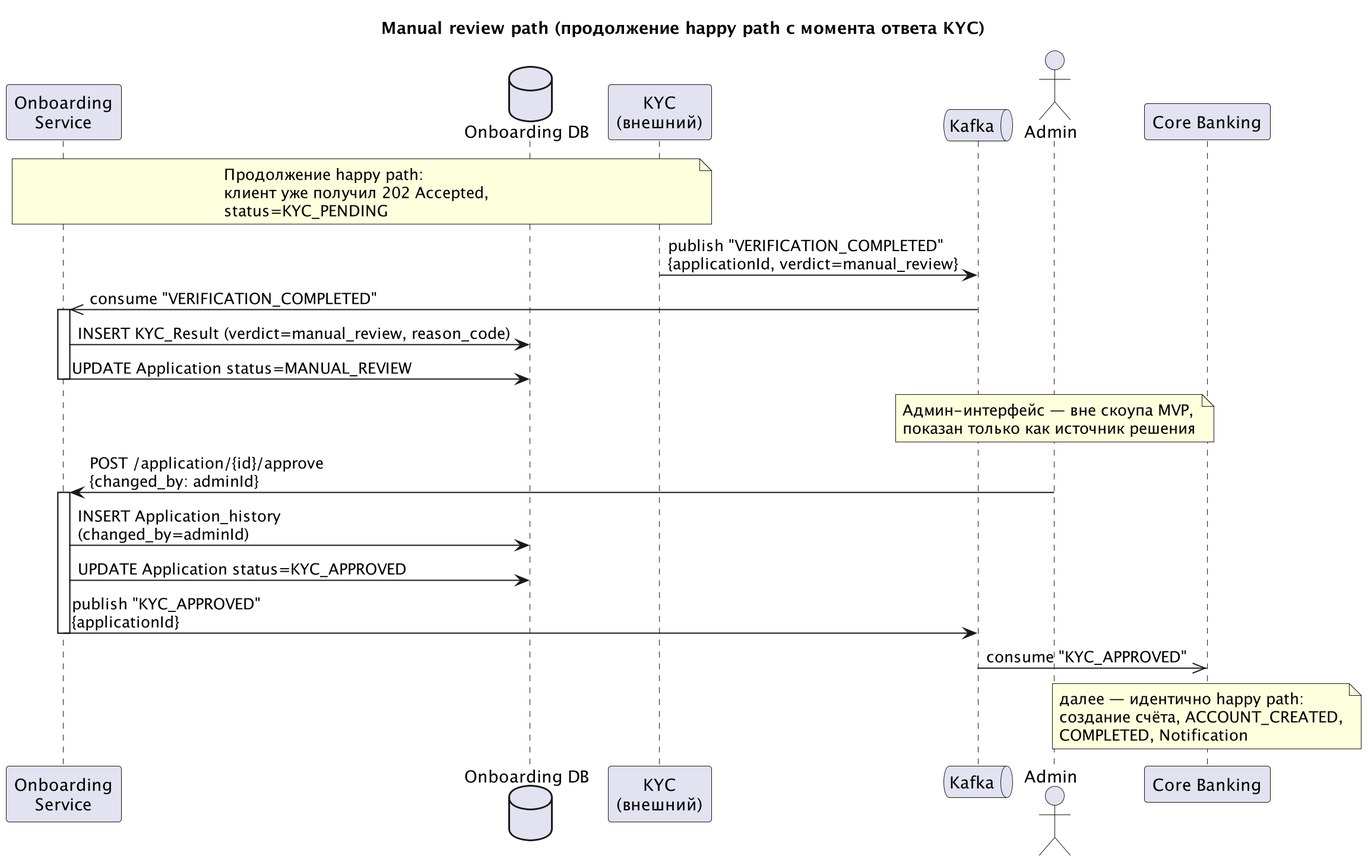
PulyaIvan/digital-client-onboarding keeps this PlantUML diagram as diagrams/exports/Онбординг клиента — manual review path.png. Above is the earlier version. Its diagram source:
```plantuml
@startuml Онбординг клиента — manual review path
title Manual review path (продолжение happy path с момента ответа KYC)
scale 2

participant "Onboarding\nService" as svc
database "Onboarding DB" as db_svc
participant "KYC\n(внешний)" as kyc
queue "Kafka" as bm
actor "Admin" as ad
participant "Core Banking" as bk

note over svc, kyc
  Продолжение happy path:
  клиент уже получил 202 Accepted,
  status=KYC_PENDING
end note

kyc -> bm: publish "VERIFICATION_COMPLETED"\n{applicationId, verdict=manual_review}
bm ->> svc: consume "VERIFICATION_COMPLETED"
activate svc
svc -> db_svc: INSERT KYC_Result (verdict=manual_review, reason_code)
svc -> db_svc: UPDATE Application status=MANUAL_REVIEW
deactivate svc

note over ad
  Админ-интерфейс — вне скоупа MVP,
  показан только как источник решения
end note

ad -> svc: POST /application/{id}/approve\n{changed_by: adminId}
activate svc
svc -> db_svc: INSERT Application_history\n(changed_by=adminId)
svc -> db_svc: UPDATE Application status=KYC_APPROVED
svc -> bm: publish "KYC_APPROVED"\n{applicationId}
deactivate svc

bm ->> bk: consume "KYC_APPROVED"
note over bk
  далее — идентично happy path:
  создание счёта, ACCOUNT_CREATED,
  COMPLETED, Notification
end note

@enduml
```
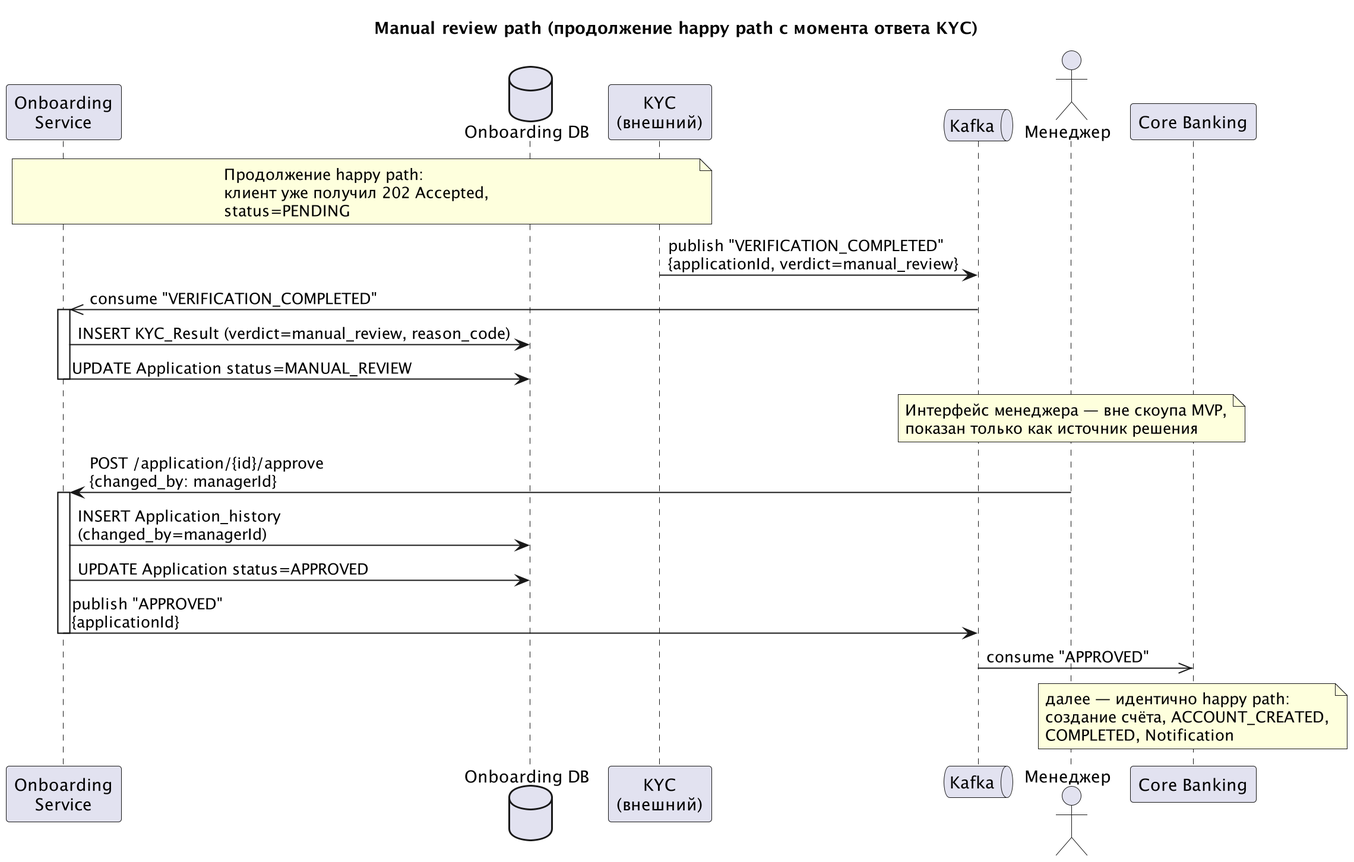
The same file after the commit.

The edit, as a diff of the source:
```diff
@@ -6,13 +6,13 @@
 database "Onboarding DB" as db_svc
 participant "KYC\n(внешний)" as kyc
 queue "Kafka" as bm
-actor "Admin" as ad
+actor "Менеджер" as mgr
 participant "Core Banking" as bk
 
 note over svc, kyc
   Продолжение happy path:
   клиент уже получил 202 Accepted,
-  status=KYC_PENDING
+  status=PENDING
 end note
 
 kyc -> bm: publish "VERIFICATION_COMPLETED"\n{applicationId, verdict=manual_review}
@@ -22,19 +22,19 @@
 svc -> db_svc: UPDATE Application status=MANUAL_REVIEW
 deactivate svc
 
-note over ad
-  Админ-интерфейс — вне скоупа MVP,
+note over mgr
+  Интерфейс менеджера — вне скоупа MVP,
   показан только как источник решения
 end note
 
-ad -> svc: POST /application/{id}/approve\n{changed_by: adminId}
+mgr -> svc: POST /application/{id}/approve\n{changed_by: managerId}
 activate svc
-svc -> db_svc: INSERT Application_history\n(changed_by=adminId)
-svc -> db_svc: UPDATE Application status=KYC_APPROVED
-svc -> bm: publish "KYC_APPROVED"\n{applicationId}
+svc -> db_svc: INSERT Application_history\n(changed_by=managerId)
+svc -> db_svc: UPDATE Application status=APPROVED
+svc -> bm: publish "APPROVED"\n{applicationId}
 deactivate svc
 
-bm ->> bk: consume "KYC_APPROVED"
+bm ->> bk: consume "APPROVED"
 note over bk
   далее — идентично happy path:
   создание счёта, ACCOUNT_CREATED,
```
